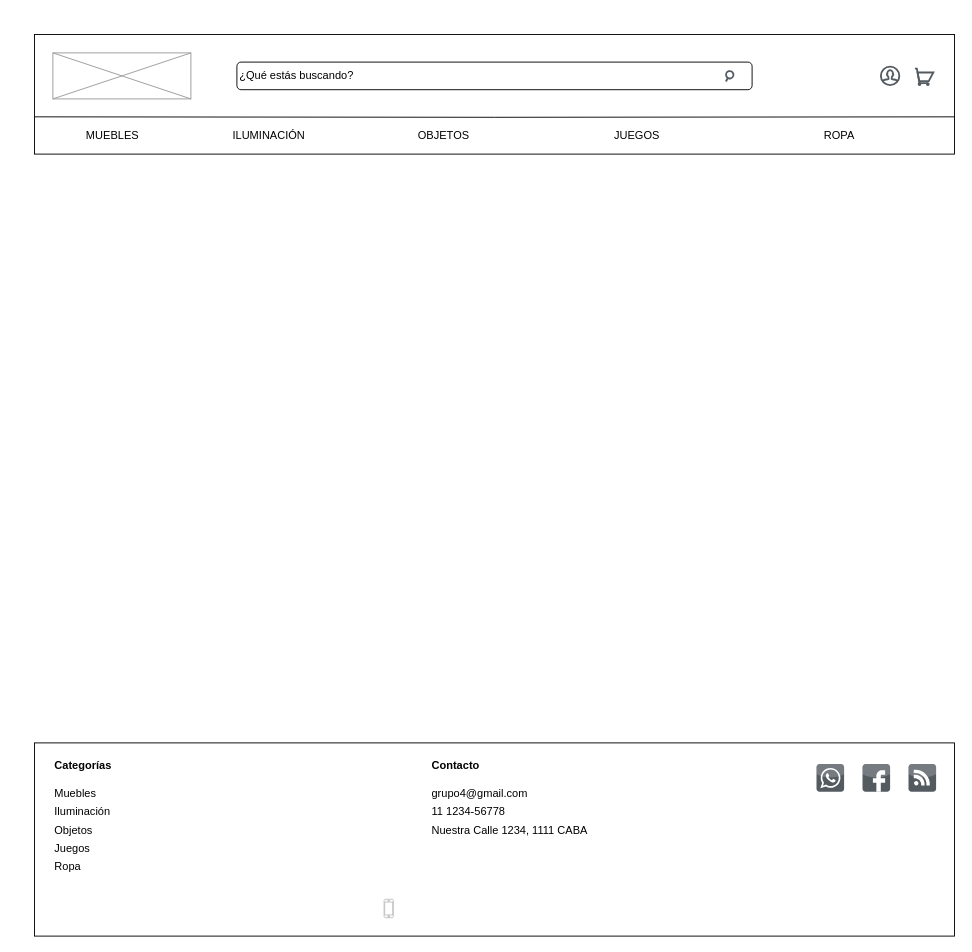
Earlier version of the draw.io diagram wireframes/mobile/header-y-footer.drawio (CeciliaLafuente/JopoStore---Tienda-Vintage). Source tidied: cells renumbered, new cells numbered last; positions are measured from the earlier drawing's top-left corner, leaving out a move shared by most shapes. Both pictures are drawn from the tidied source at 92%, with x=0, y=0 at pixel (34, 34).
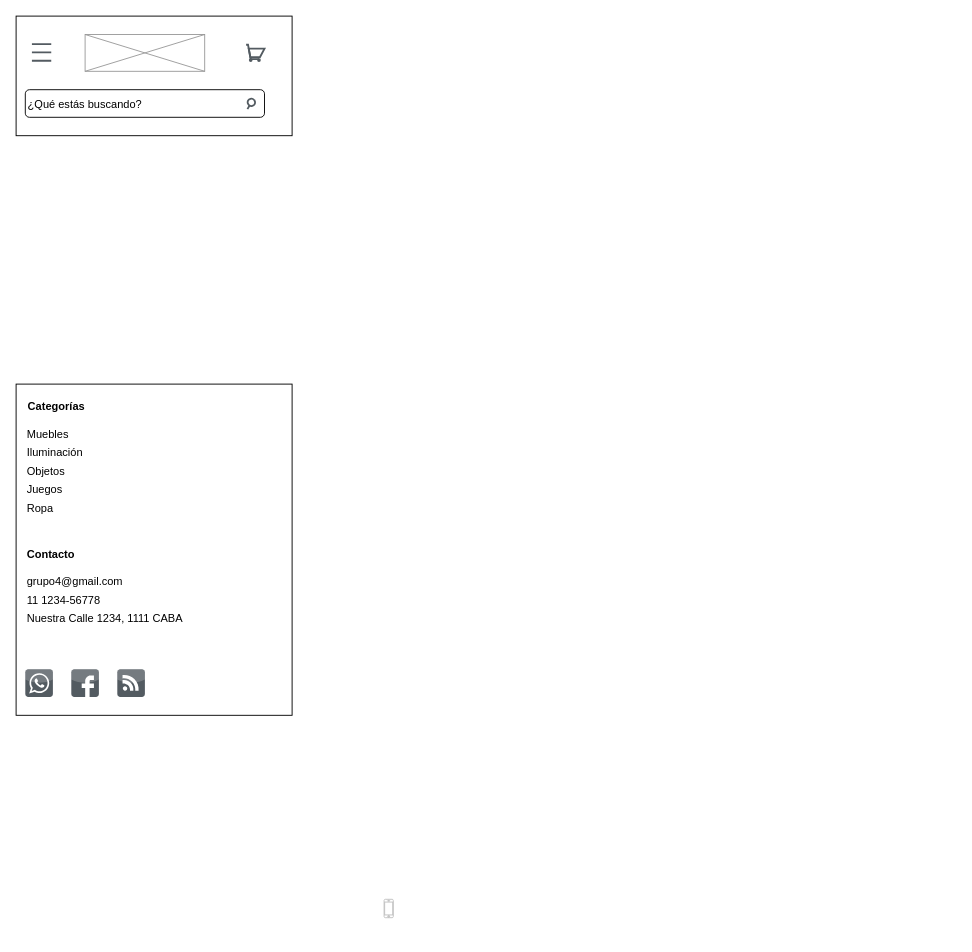
The same page after the edit.

Commit message:
creé mobile/header-y-footer

The edit, as a diff of the source:
```diff
@@
     <mxCell id="2" style="rounded=0;whiteSpace=wrap;html=1;" parent="1" vertex="1">
-      <mxGeometry width="1000" height="130" as="geometry" />
+      <mxGeometry x="-20" y="-20" width="300" height="130" as="geometry" />
     </mxCell>
-    <mxCell id="3" style="endArrow=none;html=1;rounded=0;exitX=0;exitY=0.75;exitDx=0;exitDy=0;entryX=1;entryY=0.75;entryDx=0;entryDy=0;" parent="1" edge="1">
-      <mxGeometry relative="1" as="geometry">
-        <mxPoint y="89.5" as="sourcePoint" />
-        <mxPoint x="1000" y="89.5" as="targetPoint" />
-        <Array as="points">
-          <mxPoint x="500" y="90" />
-        </Array>
-      </mxGeometry>
-    </mxCell>
     <mxCell id="4" style="verticalLabelPosition=bottom;shadow=0;dashed=0;align=center;html=1;verticalAlign=top;strokeWidth=1;shape=mxgraph.mockup.graphics.simpleIcon;strokeColor=#999999;" parent="1" vertex="1">
-      <mxGeometry x="20" y="20" width="150" height="50" as="geometry" />
+      <mxGeometry x="55" width="130" height="40" as="geometry" />
     </mxCell>
     <mxCell id="5" style="rounded=1;whiteSpace=wrap;html=1;" parent="1" vertex="1">
-      <mxGeometry x="220" y="30" width="560" height="30" as="geometry" />
+      <mxGeometry x="-10" y="60" width="260" height="30" as="geometry" />
     </mxCell>
     <mxCell id="6" value="¿Qué estás buscando?" style="text;html=1;strokeColor=none;fillColor=none;align=center;verticalAlign=left;whiteSpace=wrap;rounded=0;fontFamily=Helvetica;" parent="1" vertex="1">
-      <mxGeometry x="200" y="23" width="170" height="30" as="geometry" />
+      <mxGeometry x="-10" y="55" width="130" height="28" as="geometry" />
     </mxCell>
     <mxCell id="7" style="html=1;verticalLabelPosition=bottom;align=center;labelBackgroundColor=#ffffff;verticalAlign=top;strokeWidth=2;strokeColor=#535b61;shadow=0;dashed=0;shape=mxgraph.ios7.icons.shopping_cart;fontFamily=Helvetica;" parent="1" vertex="1">
-      <mxGeometry x="957" y="37.1" width="20" height="17.8" as="geometry" />
+      <mxGeometry x="230" y="11.1" width="20" height="17.8" as="geometry" />
     </mxCell>
-    <mxCell id="8" style="html=1;verticalLabelPosition=bottom;align=center;labelBackgroundColor=#ffffff;verticalAlign=top;strokeWidth=2;strokeColor=#535b61;shadow=0;dashed=0;shape=mxgraph.ios7.icons.user;fontFamily=Helvetica;" parent="1" vertex="1">
-      <mxGeometry x="920" y="35" width="20" height="20" as="geometry" />
-    </mxCell>
-    <mxCell id="9" value="MUEBLES" style="text;html=1;strokeColor=none;fillColor=none;align=center;verticalAlign=middle;whiteSpace=wrap;rounded=0;" parent="1" vertex="1">
-      <mxGeometry x="20" y="100" width="130" height="20" as="geometry" />
-    </mxCell>
-    <mxCell id="10" value="ILUMINACIÓN" style="text;html=1;strokeColor=none;fillColor=none;align=center;verticalAlign=middle;whiteSpace=wrap;rounded=0;" parent="1" vertex="1">
-      <mxGeometry x="190" y="100" width="130" height="20" as="geometry" />
-    </mxCell>
-    <mxCell id="11" value="OBJETOS" style="text;html=1;strokeColor=none;fillColor=none;align=center;verticalAlign=middle;whiteSpace=wrap;rounded=0;" parent="1" vertex="1">
-      <mxGeometry x="380" y="100" width="130" height="20" as="geometry" />
-    </mxCell>
-    <mxCell id="12" value="JUEGOS" style="text;html=1;strokeColor=none;fillColor=none;align=center;verticalAlign=middle;whiteSpace=wrap;rounded=0;" parent="1" vertex="1">
-      <mxGeometry x="590" y="100" width="130" height="20" as="geometry" />
-    </mxCell>
-    <mxCell id="13" style="group;" parent="1" vertex="1">
-      <mxGeometry y="770" width="1000" height="210" as="geometry" />
-    </mxCell>
+    <mxCell id="29" style="html=1;verticalLabelPosition=bottom;align=center;labelBackgroundColor=#ffffff;verticalAlign=top;strokeWidth=2;strokeColor=#535b61;shadow=0;dashed=0;shape=mxgraph.ios7.icons.looking_glass;rotation=75;" parent="1" vertex="1">
+      <mxGeometry x="230" y="70" width="10" height="10" as="geometry" />
+    </mxCell>
+    <mxCell id="30" style="html=1;verticalLabelPosition=bottom;labelBackgroundColor=#ffffff;verticalAlign=top;shadow=0;dashed=0;strokeWidth=1;shape=mxgraph.ios7.misc.iphone;strokeColor=#c0c0c0;" parent="1" vertex="1">
+      <mxGeometry x="380" y="940" width="10" height="20" as="geometry" />
+    </mxCell>
+    <mxCell id="31" style="html=1;verticalLabelPosition=bottom;align=center;labelBackgroundColor=#ffffff;verticalAlign=top;strokeWidth=2;strokeColor=#535b61;shadow=0;dashed=0;shape=mxgraph.ios7.icons.most_viewed;" parent="1" vertex="1">
+      <mxGeometry x="-10" y="8.1" width="28.2" height="22.8" as="geometry" />
+    </mxCell>
-    <mxCell id="14" style="rounded=0;whiteSpace=wrap;html=1;" parent="13" vertex="1">
-      <mxGeometry width="1000" height="210" as="geometry" />
+    <mxCell id="14" style="rounded=0;whiteSpace=wrap;html=1;" parent="1" vertex="1">
+      <mxGeometry x="-20" y="380" width="300" height="360" as="geometry" />
     </mxCell>
-    <mxCell id="15" style="dashed=0;html=1;align=center;labelPosition=center;verticalLabelPosition=bottom;verticalAlign=top;shape=mxgraph.webicons.whatsapp;fillColor=#535b61;" parent="13" vertex="1">
-      <mxGeometry x="850" y="23" width="30" height="30" as="geometry" />
+    <mxCell id="15" style="dashed=0;html=1;align=center;labelPosition=center;verticalLabelPosition=bottom;verticalAlign=top;shape=mxgraph.webicons.whatsapp;fillColor=#535b61;" parent="1" vertex="1">
+      <mxGeometry x="-10" y="690" width="30" height="30" as="geometry" />
     </mxCell>
-    <mxCell id="16" style="dashed=0;html=1;align=center;labelPosition=center;verticalLabelPosition=bottom;verticalAlign=top;shape=mxgraph.webicons.feed;fillColor=#535b61;" parent="13" vertex="1">
-      <mxGeometry x="950" y="23" width="30" height="30" as="geometry" />
+    <mxCell id="16" style="dashed=0;html=1;align=center;labelPosition=center;verticalLabelPosition=bottom;verticalAlign=top;shape=mxgraph.webicons.feed;fillColor=#535b61;" parent="1" vertex="1">
+      <mxGeometry x="90" y="690" width="30" height="30" as="geometry" />
     </mxCell>
-    <mxCell id="17" style="dashed=0;html=1;align=center;labelPosition=center;verticalLabelPosition=bottom;verticalAlign=top;shape=mxgraph.webicons.facebook;fillColor=#535b61;" parent="13" vertex="1">
-      <mxGeometry x="900" y="23" width="30" height="30" as="geometry" />
+    <mxCell id="17" style="dashed=0;html=1;align=center;labelPosition=center;verticalLabelPosition=bottom;verticalAlign=top;shape=mxgraph.webicons.facebook;fillColor=#535b61;" parent="1" vertex="1">
+      <mxGeometry x="40" y="690" width="30" height="30" as="geometry" />
     </mxCell>
-    <mxCell id="18" value="Muebles" style="text;html=1;strokeColor=none;fillColor=none;align=left;verticalAlign=middle;whiteSpace=wrap;rounded=0;" parent="13" vertex="1">
-      <mxGeometry x="20" y="50" width="130" height="10" as="geometry" />
-    </mxCell>
-    <mxCell id="19" value="Juegos" style="text;html=1;strokeColor=none;fillColor=none;align=left;verticalAlign=middle;whiteSpace=wrap;rounded=0;" parent="13" vertex="1">
-      <mxGeometry x="20" y="110" width="130" height="10" as="geometry" />
+    <mxCell id="19" value="Juegos" style="text;html=1;strokeColor=none;fillColor=none;align=left;verticalAlign=middle;whiteSpace=wrap;rounded=0;" parent="1" vertex="1">
+      <mxGeometry x="-10" y="490" width="130" height="10" as="geometry" />
     </mxCell>
-    <mxCell id="20" value="Iluminación" style="text;html=1;strokeColor=none;fillColor=none;align=left;verticalAlign=middle;whiteSpace=wrap;rounded=0;" parent="13" vertex="1">
-      <mxGeometry x="20" y="70" width="130" height="10" as="geometry" />
+    <mxCell id="20" value="Iluminación" style="text;html=1;strokeColor=none;fillColor=none;align=left;verticalAlign=middle;whiteSpace=wrap;rounded=0;" parent="1" vertex="1">
+      <mxGeometry x="-10" y="450" width="130" height="10" as="geometry" />
     </mxCell>
-    <mxCell id="21" value="Objetos" style="text;html=1;strokeColor=none;fillColor=none;align=left;verticalAlign=middle;whiteSpace=wrap;rounded=0;" parent="13" vertex="1">
-      <mxGeometry x="20" y="90" width="130" height="10" as="geometry" />
+    <mxCell id="21" value="Objetos" style="text;html=1;strokeColor=none;fillColor=none;align=left;verticalAlign=middle;whiteSpace=wrap;rounded=0;" parent="1" vertex="1">
+      <mxGeometry x="-10" y="470" width="130" height="10" as="geometry" />
     </mxCell>
-    <mxCell id="22" value="Ropa" style="text;html=1;strokeColor=none;fillColor=none;align=left;verticalAlign=middle;whiteSpace=wrap;rounded=0;" parent="13" vertex="1">
-      <mxGeometry x="20" y="130" width="130" height="10" as="geometry" />
+    <mxCell id="22" value="Ropa" style="text;html=1;strokeColor=none;fillColor=none;align=left;verticalAlign=middle;whiteSpace=wrap;rounded=0;" parent="1" vertex="1">
+      <mxGeometry x="-10" y="510" width="130" height="10" as="geometry" />
     </mxCell>
-    <mxCell id="23" value="&lt;b&gt;Categorías&lt;/b&gt;" style="text;html=1;strokeColor=none;fillColor=none;align=left;verticalAlign=middle;whiteSpace=wrap;rounded=0;" parent="13" vertex="1">
-      <mxGeometry x="20" y="10" width="120" height="30" as="geometry" />
-    </mxCell>
-    <mxCell id="24" value="&lt;b&gt;Contacto&lt;/b&gt;" style="text;html=1;strokeColor=none;fillColor=none;align=left;verticalAlign=middle;whiteSpace=wrap;rounded=0;" parent="13" vertex="1">
-      <mxGeometry x="430" y="10" width="120" height="30" as="geometry" />
+    <mxCell id="24" value="&lt;b&gt;Contacto&lt;/b&gt;" style="text;html=1;strokeColor=none;fillColor=none;align=left;verticalAlign=middle;whiteSpace=wrap;rounded=0;" parent="1" vertex="1">
+      <mxGeometry x="-10" y="550" width="120" height="30" as="geometry" />
     </mxCell>
-    <mxCell id="25" value="Nuestra Calle 1234, 1111 CABA" style="text;html=1;strokeColor=none;fillColor=none;align=left;verticalAlign=middle;whiteSpace=wrap;rounded=0;" parent="13" vertex="1">
-      <mxGeometry x="430" y="90" width="199" height="10" as="geometry" />
+    <mxCell id="25" value="Nuestra Calle 1234, 1111 CABA" style="text;html=1;strokeColor=none;fillColor=none;align=left;verticalAlign=middle;whiteSpace=wrap;rounded=0;" parent="1" vertex="1">
+      <mxGeometry x="-10" y="630" width="199" height="10" as="geometry" />
     </mxCell>
-    <mxCell id="26" value="grupo4@gmail.com" style="text;html=1;strokeColor=none;fillColor=none;align=left;verticalAlign=middle;whiteSpace=wrap;rounded=0;" parent="13" vertex="1">
-      <mxGeometry x="430" y="50" width="130" height="10" as="geometry" />
+    <mxCell id="26" value="grupo4@gmail.com" style="text;html=1;strokeColor=none;fillColor=none;align=left;verticalAlign=middle;whiteSpace=wrap;rounded=0;" parent="1" vertex="1">
+      <mxGeometry x="-10" y="590" width="130" height="10" as="geometry" />
     </mxCell>
-    <mxCell id="27" value="11 1234-56778" style="text;html=1;strokeColor=none;fillColor=none;align=left;verticalAlign=middle;whiteSpace=wrap;rounded=0;" parent="13" vertex="1">
-      <mxGeometry x="430" y="70" width="130" height="10" as="geometry" />
+    <mxCell id="27" value="11 1234-56778" style="text;html=1;strokeColor=none;fillColor=none;align=left;verticalAlign=middle;whiteSpace=wrap;rounded=0;" parent="1" vertex="1">
+      <mxGeometry x="-10" y="610" width="130" height="10" as="geometry" />
     </mxCell>
-    <mxCell id="28" value="ROPA" style="text;html=1;strokeColor=none;fillColor=none;align=center;verticalAlign=middle;whiteSpace=wrap;rounded=0;" parent="1" vertex="1">
-      <mxGeometry x="810" y="100" width="130" height="20" as="geometry" />
-    </mxCell>
-    <mxCell id="29" style="html=1;verticalLabelPosition=bottom;align=center;labelBackgroundColor=#ffffff;verticalAlign=top;strokeWidth=2;strokeColor=#535b61;shadow=0;dashed=0;shape=mxgraph.ios7.icons.looking_glass;rotation=75;" parent="1" vertex="1">
-      <mxGeometry x="750" y="40" width="10" height="10" as="geometry" />
-    </mxCell>
-    <mxCell id="30" style="html=1;verticalLabelPosition=bottom;labelBackgroundColor=#ffffff;verticalAlign=top;shadow=0;dashed=0;strokeWidth=1;shape=mxgraph.ios7.misc.iphone;strokeColor=#c0c0c0;" parent="1" vertex="1">
-      <mxGeometry x="380" y="940" width="10" height="20" as="geometry" />
-    </mxCell>
+    <mxCell id="23" value="&lt;b&gt;Categorías&lt;/b&gt;" style="text;html=1;strokeColor=none;fillColor=none;align=left;verticalAlign=middle;whiteSpace=wrap;rounded=0;" parent="1" vertex="1">
+      <mxGeometry x="-9" y="390" width="120" height="30" as="geometry" />
+    </mxCell>
+    <mxCell id="18" value="Muebles" style="text;html=1;strokeColor=none;fillColor=none;align=left;verticalAlign=middle;whiteSpace=wrap;rounded=0;" parent="1" vertex="1">
+      <mxGeometry x="-10" y="430" width="130" height="10" as="geometry" />
+    </mxCell>
```
